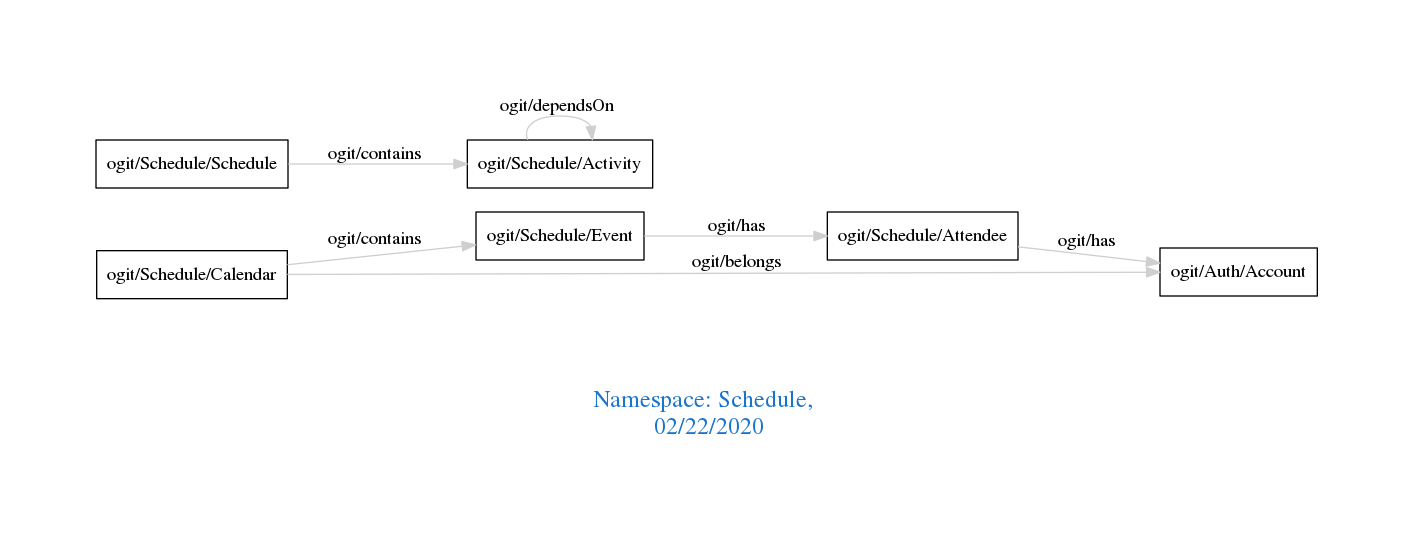
Earlier version of the Graphviz export downloads/Schedule.png (arago/OGIT). Its source is kept beside it as downloads/Schedule.dot.
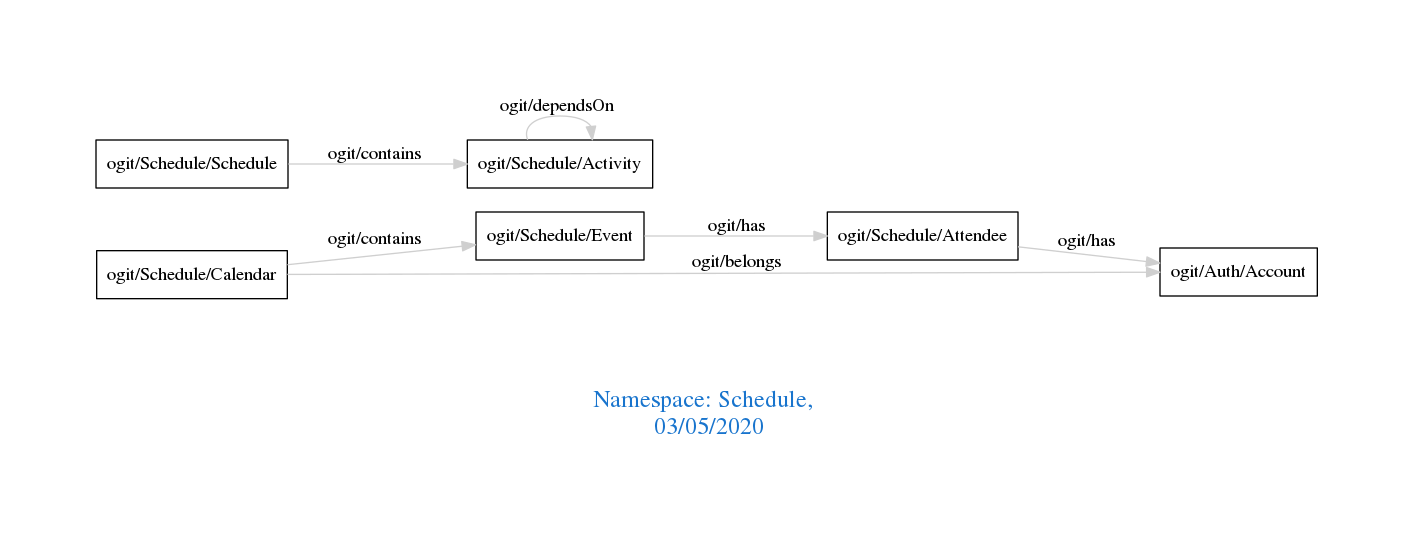
The same diagram one commit later.

The edit, as a diff of the source:
```diff
@@ -1,7 +1,7 @@
 digraph OGIT_ontology {
  graph [ rankdir= LR,pad=1
 fontsize = 18,
-fontcolor= dodgerblue3,label = "\n\n\nNamespace: Schedule, \n 02/22/2020"];
+fontcolor= dodgerblue3,label = "\n\n\nNamespace: Schedule, \n 03/05/2020"];
 node[shape=polygon];
 edge [  color="gray81"];
 
```
